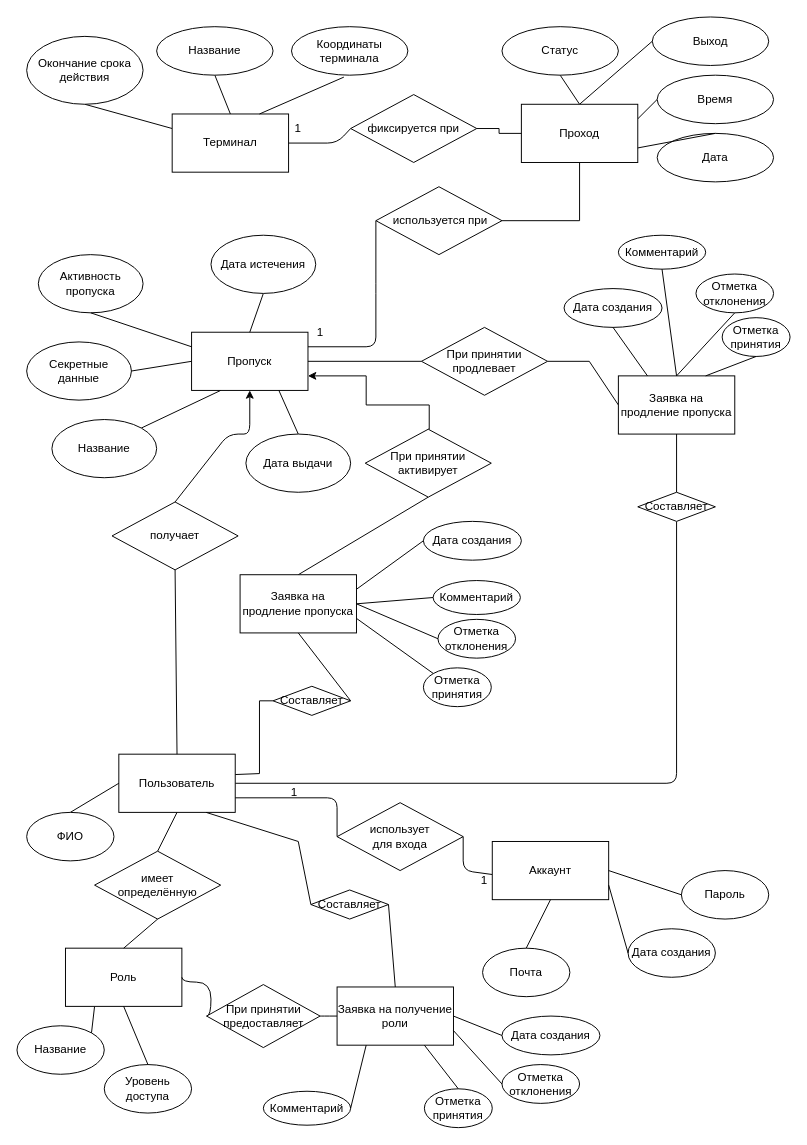
Mon-Keys/vision keeps this draw.io diagram as docs/drawio/InfologicalDiagram.drawio. Above is the earlier version. Source tidied: cells renumbered, new cells numbered last; positions are measured from the earlier drawing's top-left corner, leaving out a move shared by most shapes. Both pictures are drawn from the tidied source at 97%, with x=0, y=0 at pixel (16, 16).
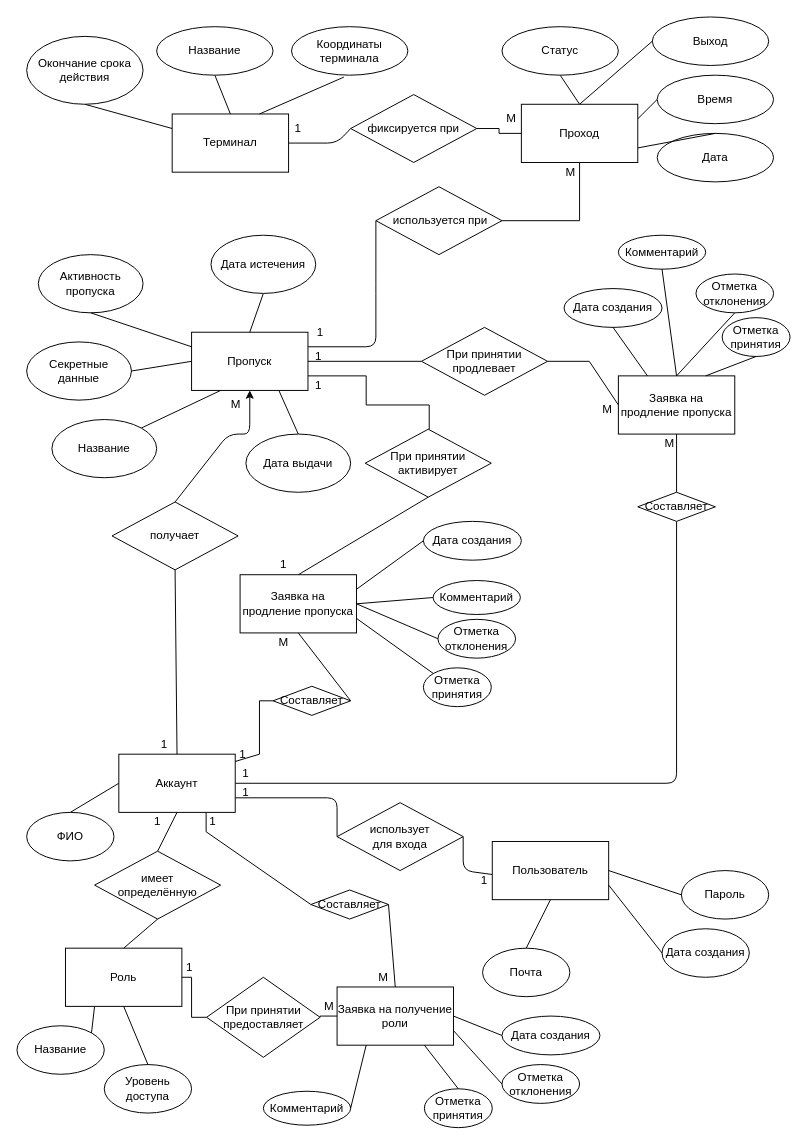
After the change.

The change refers to these unchanged cells:
```xml
<mxCell id="14" value="Пропуск" style="rounded=0;whiteSpace=wrap;html=1;" parent="1" vertex="1">
  <mxGeometry x="180" y="325" width="120" height="60" as="geometry" />
</mxCell>
<mxCell id="58" value="Роль" style="rounded=0;whiteSpace=wrap;html=1;" parent="1" vertex="1">
  <mxGeometry x="50" y="960" width="120" height="60" as="geometry" />
</mxCell>
<mxCell id="66" value="Заявка на получение роли" style="rounded=0;whiteSpace=wrap;html=1;" parent="1" vertex="1">
  <mxGeometry x="330" y="1000" width="120" height="60" as="geometry" />
</mxCell>
<mxCell id="72" value="При принятии активирует" style="rhombus;whiteSpace=wrap;html=1;" parent="1" vertex="1">
  <mxGeometry x="359" y="425" width="130" height="70" as="geometry" />
</mxCell>
<mxCell id="97" value="Составляет" style="rhombus;whiteSpace=wrap;html=1;" parent="1" vertex="1">
  <mxGeometry x="264" y="690" width="80" height="30" as="geometry" />
</mxCell>
<mxCell id="100" value="Составляет" style="rhombus;whiteSpace=wrap;html=1;" parent="1" vertex="1">
  <mxGeometry x="303" y="900" width="80" height="30" as="geometry" />
</mxCell>
```

Diff of the diagram source:
```diff
@@
-    <mxCell id="16" value="Пользователь" style="rounded=0;whiteSpace=wrap;html=1;" parent="1" vertex="1">
+    <mxCell id="16" value="Аккаунт" style="rounded=0;whiteSpace=wrap;html=1;" parent="1" vertex="1">
       <mxGeometry x="105" y="760" width="120" height="60" as="geometry" />
     </mxCell>
@@
     <mxCell id="21" value="Дата создания" style="ellipse;whiteSpace=wrap;html=1;" parent="1" vertex="1">
-      <mxGeometry x="630" y="940" width="90" height="50" as="geometry" />
+      <mxGeometry x="665" y="940" width="90" height="50" as="geometry" />
     </mxCell>
@@
-    <mxCell id="24" value="Аккаунт" style="rounded=0;whiteSpace=wrap;html=1;" parent="1" vertex="1">
+    <mxCell id="24" value="Пользователь" style="rounded=0;whiteSpace=wrap;html=1;" parent="1" vertex="1">
       <mxGeometry x="490" y="850" width="120" height="60" as="geometry" />
     </mxCell>
@@
-    <mxCell id="45" style="edgeStyle=none;rounded=0;jettySize=auto;html=1;exitX=1.001;exitY=0.35;exitDx=0;exitDy=0;endArrow=none;endFill=0;entryX=0;entryY=0.5;entryDx=0;entryDy=0;exitPerimeter=0;" parent="1" edge="1" source="16" target="97">
+    <mxCell id="45" style="edgeStyle=none;rounded=0;jettySize=auto;html=1;exitX=0.999;exitY=0.126;exitDx=0;exitDy=0;endArrow=none;endFill=0;entryX=0;entryY=0.5;entryDx=0;entryDy=0;exitPerimeter=0;" parent="1" edge="1" source="16" target="97">
       <mxGeometry relative="1" as="geometry">
         <Array as="points">
-          <mxPoint x="250" y="780" />
+          <mxPoint x="250" y="760" />
           <mxPoint x="250" y="705" />
         </Array>
       </mxGeometry>
     </mxCell>
     <mxCell id="46" value="1" style="text;html=1;strokeColor=none;fillColor=none;align=center;verticalAlign=middle;whiteSpace=wrap;rounded=0;" parent="1" vertex="1">
-      <mxGeometry x="278" y="790" width="16" height="20" as="geometry" />
+      <mxGeometry x="228" y="790" width="16" height="20" as="geometry" />
     </mxCell>
@@
-    <mxCell id="71" style="edgeStyle=orthogonalEdgeStyle;rounded=0;jettySize=auto;html=1;exitX=0.5;exitY=0;exitDx=0;exitDy=0;entryX=1;entryY=0.75;entryDx=0;entryDy=0;" parent="1" edge="1" source="72" target="14">
+    <mxCell id="71" style="edgeStyle=orthogonalEdgeStyle;rounded=0;jettySize=auto;html=1;exitX=0.5;exitY=0;exitDx=0;exitDy=0;entryX=1;entryY=0.75;entryDx=0;entryDy=0;endArrow=none;endFill=0;" parent="1" edge="1" source="72" target="14">
       <mxGeometry relative="1" as="geometry">
         <Array as="points">
           <mxPoint x="425" y="400" />
           <mxPoint x="360" y="400" />
           <mxPoint x="360" y="370" />
         </Array>
       </mxGeometry>
     </mxCell>
@@
     <mxCell id="98" style="edgeStyle=none;rounded=0;jettySize=auto;html=1;exitX=0.75;exitY=1;exitDx=0;exitDy=0;endArrow=none;endFill=0;entryX=0;entryY=0.5;entryDx=0;entryDy=0;" parent="1" edge="1" source="16" target="100">
       <mxGeometry relative="1" as="geometry">
         <Array as="points">
-          <mxPoint x="290" y="850" />
+          <mxPoint x="195" y="840" />
         </Array>
       </mxGeometry>
     </mxCell>
@@
-    <mxCell id="104" style="edgeStyle=orthogonalEdgeStyle;curved=1;rounded=0;jettySize=auto;html=1;exitX=1;exitY=0.5;exitDx=0;exitDy=0;entryX=0;entryY=0.5;entryDx=0;entryDy=0;endArrow=none;endFill=0;elbow=vertical;" parent="1" edge="1" source="106" target="66">
-      <mxGeometry relative="1" as="geometry" />
+    <mxCell id="104" style="edgeStyle=orthogonalEdgeStyle;rounded=0;jettySize=auto;html=1;exitX=1;exitY=0.5;exitDx=0;exitDy=0;entryX=0;entryY=0.5;entryDx=0;entryDy=0;endArrow=none;endFill=0;elbow=vertical;" parent="1" edge="1" source="106" target="66">
+      <mxGeometry relative="1" as="geometry">
+        <Array as="points">
+          <mxPoint x="313" y="1030" />
+        </Array>
+      </mxGeometry>
     </mxCell>
-    <mxCell id="105" style="edgeStyle=orthogonalEdgeStyle;curved=1;rounded=0;jettySize=auto;html=1;exitX=0;exitY=0.5;exitDx=0;exitDy=0;entryX=1;entryY=0.5;entryDx=0;entryDy=0;endArrow=none;endFill=0;elbow=vertical;" parent="1" edge="1" source="106" target="58">
+    <mxCell id="105" style="edgeStyle=orthogonalEdgeStyle;rounded=0;jettySize=auto;html=1;exitX=0;exitY=0.5;exitDx=0;exitDy=0;entryX=1;entryY=0.5;entryDx=0;entryDy=0;endArrow=none;endFill=0;elbow=vertical;" parent="1" edge="1" source="106" target="58">
       <mxGeometry relative="1" as="geometry">
         <Array as="points">
-          <mxPoint x="200" y="1030" />
-          <mxPoint x="200" y="995" />
+          <mxPoint x="180" y="1031" />
+          <mxPoint x="180" y="990" />
         </Array>
       </mxGeometry>
     </mxCell>
     <mxCell id="106" value="При принятии предоставляет" style="rhombus;whiteSpace=wrap;html=1;" parent="1" vertex="1">
-      <mxGeometry x="195.5" y="997.5" width="117" height="65" as="geometry" />
+      <mxGeometry x="195.5" y="990" width="117" height="82.5" as="geometry" />
     </mxCell>
@@
+    <mxCell id="108" value="1" style="text;html=1;strokeColor=none;fillColor=none;align=center;verticalAlign=middle;whiteSpace=wrap;rounded=0;" parent="1" vertex="1">
+      <mxGeometry x="144" y="740" width="16" height="20" as="geometry" />
+    </mxCell>
+    <mxCell id="109" value="М" style="text;html=1;strokeColor=none;fillColor=none;align=center;verticalAlign=middle;whiteSpace=wrap;rounded=0;" parent="1" vertex="1">
+      <mxGeometry x="195.5" y="385" width="60" height="30" as="geometry" />
+    </mxCell>
+    <mxCell id="110" value="1" style="text;html=1;strokeColor=none;fillColor=none;align=center;verticalAlign=middle;whiteSpace=wrap;rounded=0;" parent="1" vertex="1">
+      <mxGeometry x="194" y="820" width="16" height="20" as="geometry" />
+    </mxCell>
+    <mxCell id="111" value="1" style="text;html=1;strokeColor=none;fillColor=none;align=center;verticalAlign=middle;whiteSpace=wrap;rounded=0;" parent="1" vertex="1">
+      <mxGeometry x="137" y="820" width="16" height="20" as="geometry" />
+    </mxCell>
+    <mxCell id="112" value="1" style="text;html=1;strokeColor=none;fillColor=none;align=center;verticalAlign=middle;whiteSpace=wrap;rounded=0;" parent="1" vertex="1">
+      <mxGeometry x="225" y="750" width="16" height="20" as="geometry" />
+    </mxCell>
+    <mxCell id="113" value="1" style="text;html=1;strokeColor=none;fillColor=none;align=center;verticalAlign=middle;whiteSpace=wrap;rounded=0;" parent="1" vertex="1">
+      <mxGeometry x="228" y="770" width="16" height="20" as="geometry" />
+    </mxCell>
+    <mxCell id="114" value="1" style="text;html=1;strokeColor=none;fillColor=none;align=center;verticalAlign=middle;whiteSpace=wrap;rounded=0;" parent="1" vertex="1">
+      <mxGeometry x="170" y="970" width="16" height="20" as="geometry" />
+    </mxCell>
+    <mxCell id="115" value="М" style="text;html=1;strokeColor=none;fillColor=none;align=center;verticalAlign=middle;whiteSpace=wrap;rounded=0;" parent="1" vertex="1">
+      <mxGeometry x="370" y="980" width="16" height="20" as="geometry" />
+    </mxCell>
+    <mxCell id="116" value="М" style="text;html=1;strokeColor=none;fillColor=none;align=center;verticalAlign=middle;whiteSpace=wrap;rounded=0;" parent="1" vertex="1">
+      <mxGeometry x="665" y="430" width="16" height="20" as="geometry" />
+    </mxCell>
+    <mxCell id="117" value="М" style="text;html=1;strokeColor=none;fillColor=none;align=center;verticalAlign=middle;whiteSpace=wrap;rounded=0;" parent="1" vertex="1">
+      <mxGeometry x="267" y="635" width="16" height="20" as="geometry" />
+    </mxCell>
+    <mxCell id="118" value="М" style="text;html=1;strokeColor=none;fillColor=none;align=center;verticalAlign=middle;whiteSpace=wrap;rounded=0;" parent="1" vertex="1">
+      <mxGeometry x="314" y="1010" width="16" height="20" as="geometry" />
+    </mxCell>
+    <mxCell id="119" value="М" style="text;html=1;strokeColor=none;fillColor=none;align=center;verticalAlign=middle;whiteSpace=wrap;rounded=0;" parent="1" vertex="1">
+      <mxGeometry x="500" y="90" width="20" height="30" as="geometry" />
+    </mxCell>
+    <mxCell id="120" value="1" style="text;html=1;strokeColor=none;fillColor=none;align=center;verticalAlign=middle;whiteSpace=wrap;rounded=0;" parent="1" vertex="1">
+      <mxGeometry x="267" y="554.5" width="16" height="20" as="geometry" />
+    </mxCell>
+    <mxCell id="121" value="1" style="text;html=1;strokeColor=none;fillColor=none;align=center;verticalAlign=middle;whiteSpace=wrap;rounded=0;" parent="1" vertex="1">
+      <mxGeometry x="303" y="370" width="16" height="20" as="geometry" />
+    </mxCell>
+    <mxCell id="122" value="1" style="text;html=1;strokeColor=none;fillColor=none;align=center;verticalAlign=middle;whiteSpace=wrap;rounded=0;" parent="1" vertex="1">
+      <mxGeometry x="303" y="340" width="16" height="20" as="geometry" />
+    </mxCell>
+    <mxCell id="123" value="М" style="text;html=1;strokeColor=none;fillColor=none;align=center;verticalAlign=middle;whiteSpace=wrap;rounded=0;" parent="1" vertex="1">
+      <mxGeometry x="601" y="395" width="16" height="20" as="geometry" />
+    </mxCell>
+    <mxCell id="124" value="М" style="text;html=1;strokeColor=none;fillColor=none;align=center;verticalAlign=middle;whiteSpace=wrap;rounded=0;" parent="1" vertex="1">
+      <mxGeometry x="541" y="145" width="60" height="30" as="geometry" />
+    </mxCell>
```
